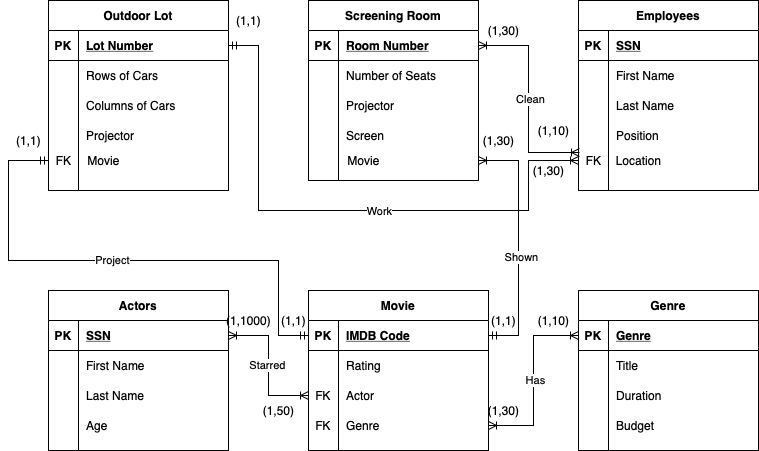
lqr5252/Lab-1 keeps this draw.io diagram as images/Lab 2 210 Project ER Diagram.png. Above is the earlier version. Source tidied: cells renumbered, new cells last; positions are measured from the earlier drawing's top-left corner, leaving out a move shared by most shapes.
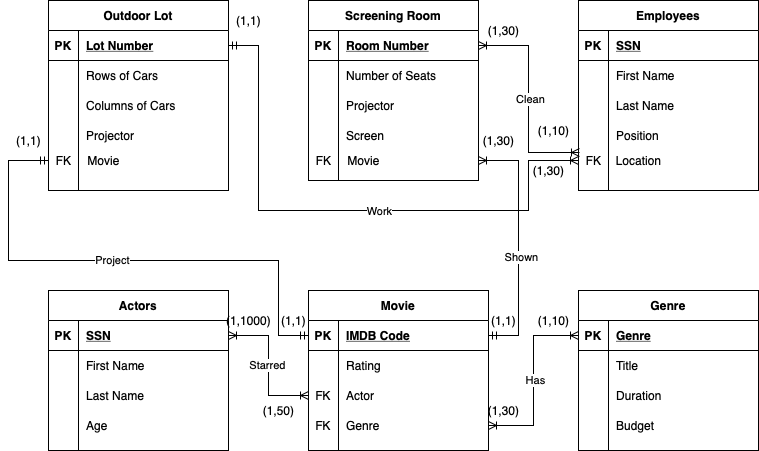
Later version of the same file.

The edit, as a diff of the source:
```diff
@@ -346,5 +346,8 @@
     <mxCell id="108" value="(1,1)" style="text;html=1;align=center;verticalAlign=middle;" parent="1" vertex="1">
       <mxGeometry x="475" y="310" width="40" height="20" as="geometry" />
     </mxCell>
+    <mxCell id="109" value="FK" style="text;html=1;align=center;verticalAlign=middle;" parent="1" vertex="1">
+      <mxGeometry x="300" y="150" width="30" height="20" as="geometry" />
+    </mxCell>
   </root>
 </mxGraphModel>
```
